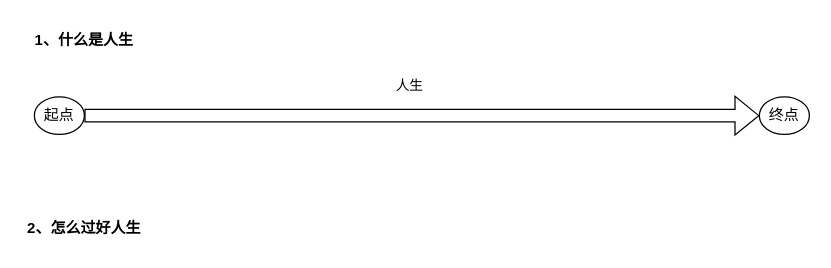
Earlier version of the draw.io diagram 未命名绘图.drawio (dengyulong/PublicStore). Source tidied: cells renumbered, new cells numbered last; positions are measured from the earlier drawing's top-left corner, leaving out a move shared by most shapes. Both pictures are drawn from the tidied source at 125%, with x=0, y=0 at pixel (21, 21).
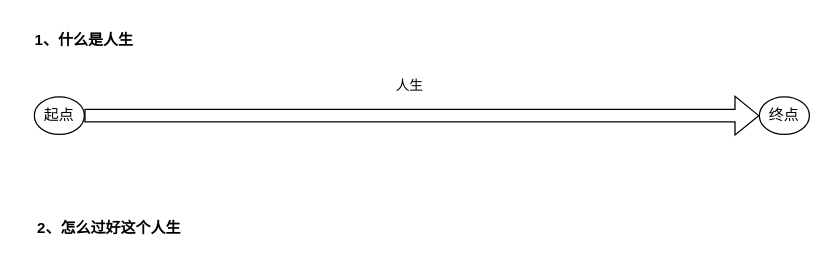
After the change.

Commit message (it also covers changes not shown here):
更新未命名绘图.drawio

What changed in the source:
```diff
@@
 <mxGraphModel>
   <root>
     <mxCell id="0" />
     <mxCell id="1" parent="0" />
     <mxCell id="2" value="起点" style="ellipse;whiteSpace=wrap;html=1;" parent="1" vertex="1">
       <mxGeometry x="10" y="60" width="40" height="30" as="geometry" />
     </mxCell>
     <mxCell id="3" value="终点" style="ellipse;whiteSpace=wrap;html=1;" parent="1" vertex="1">
       <mxGeometry x="590" y="60" width="40" height="30" as="geometry" />
     </mxCell>
     <mxCell id="4" style="shape=flexArrow;endArrow=classic;html=1;rounded=0;exitX=1;exitY=0.5;exitDx=0;exitDy=0;entryX=0;entryY=0.5;entryDx=0;entryDy=0;" parent="1" edge="1" source="2" target="3">
       <mxGeometry relative="1" as="geometry" />
     </mxCell>
     <mxCell id="5" value="人生" style="edgeLabel;html=1;align=center;verticalAlign=middle;" parent="4" vertex="1">
       <mxGeometry x="-0.21" y="-4" relative="1" as="geometry">
         <mxPoint x="46" y="-29" as="offset" />
       </mxGeometry>
     </mxCell>
     <mxCell id="6" value="1、什么是人生" style="text;html=1;strokeColor=none;fillColor=none;align=center;verticalAlign=middle;whiteSpace=wrap;rounded=0;fontStyle=1;" parent="1" vertex="1">
       <mxGeometry width="100" height="30" as="geometry" />
     </mxCell>
-    <mxCell id="7" value="2、怎么过好人生" style="text;html=1;strokeColor=none;fillColor=none;align=center;verticalAlign=middle;whiteSpace=wrap;rounded=0;fontStyle=1;" parent="1" vertex="1">
-      <mxGeometry y="150" width="100" height="30" as="geometry" />
+    <mxCell id="7" value="2、怎么过好这个人生" style="text;html=1;strokeColor=none;fillColor=none;align=center;verticalAlign=middle;whiteSpace=wrap;rounded=0;fontStyle=1;" parent="1" vertex="1">
+      <mxGeometry y="150" width="140" height="30" as="geometry" />
     </mxCell>
   </root>
 </mxGraphModel>
```
